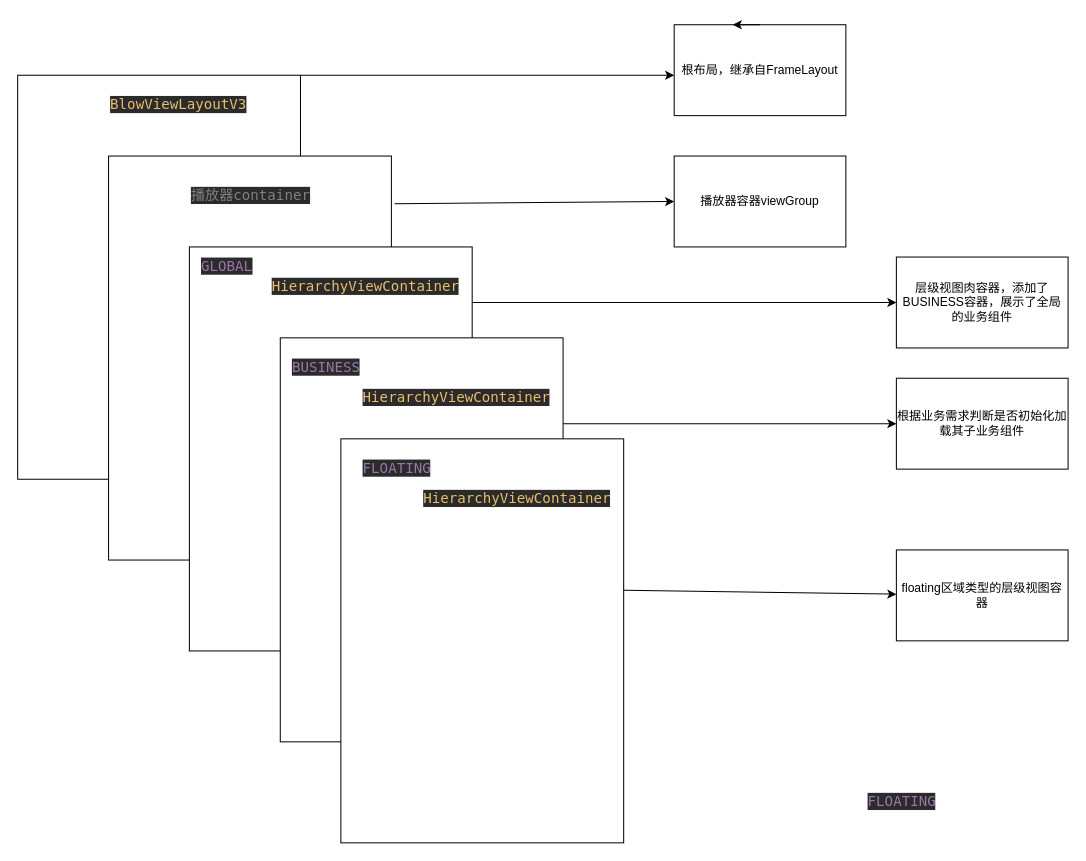
This is Untitled Diagram.drawio from lgq895767507/MyHello, a draw.io file, before an edit. Source tidied: cells renumbered, new cells numbered last; positions are measured from the earlier drawing's top-left corner, leaving out a move shared by most shapes. Both pictures are drawn from the tidied source at 101%, with x=0, y=0 at pixel (17, 24).
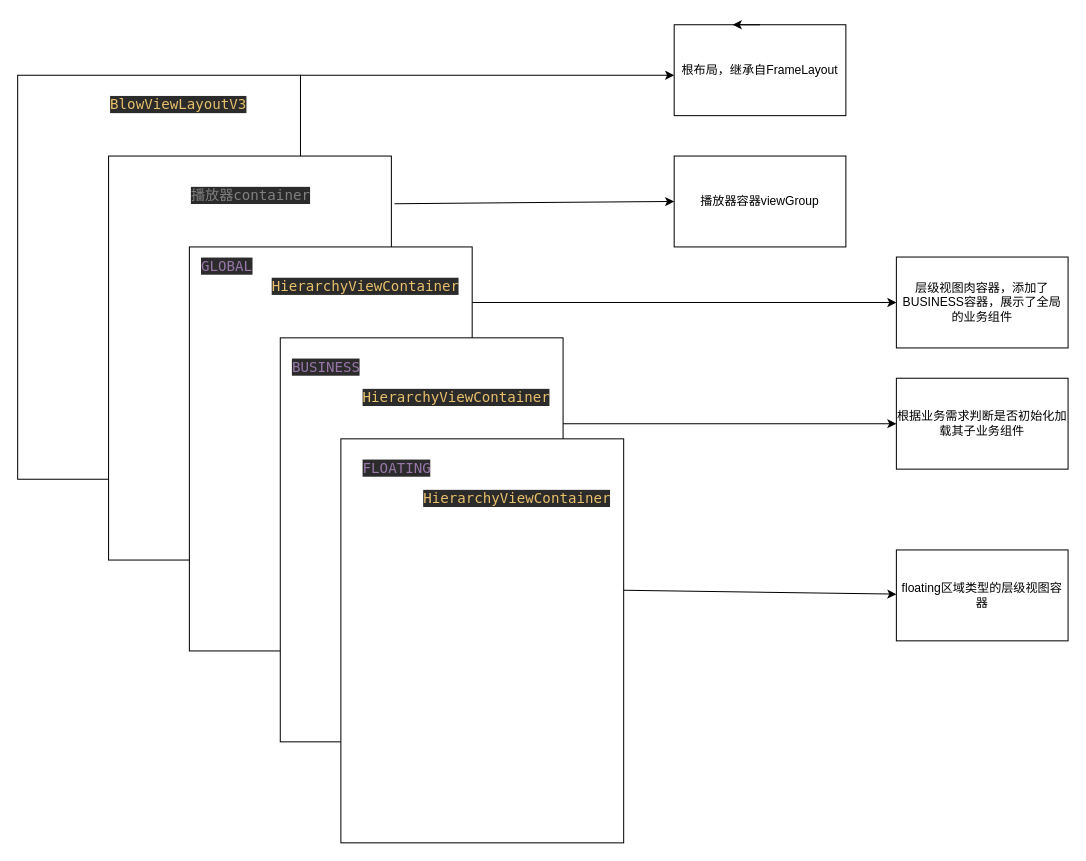
Above is the later version.

The edit, as a diff of the source:
```diff
@@
-    <mxCell id="24" value="&lt;pre style=&quot;background-color: #2b2b2b ; color: #a9b7c6 ; font-family: &amp;quot;menlo&amp;quot; , monospace ; font-size: 10.5pt&quot;&gt;&lt;span style=&quot;color: #9876aa&quot;&gt;FLOATING&lt;/span&gt;&lt;/pre&gt;" style="text;whiteSpace=wrap;html=1;" parent="1" vertex="1">
-      <mxGeometry x="840" y="740" width="90" height="60" as="geometry" />
-    </mxCell>
```
